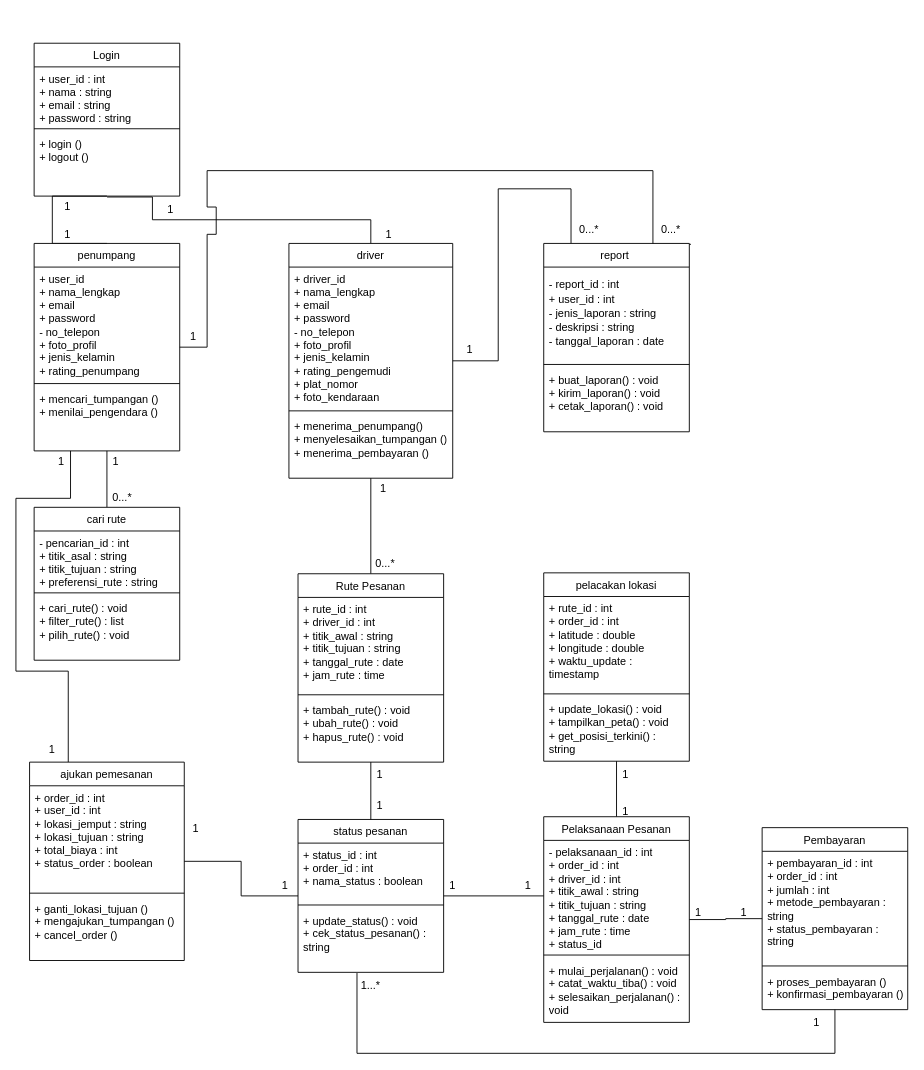
Earlier version of the draw.io diagram Class_Diagram_NebengKampus.drawio (habibalula/NebengKampus). Source tidied: cells renumbered, new cells numbered last; positions are measured from the earlier drawing's top-left corner, leaving out a move shared by most shapes. Both pictures are drawn from the tidied source at 91%, with x=0, y=0 at pixel (15, 43).
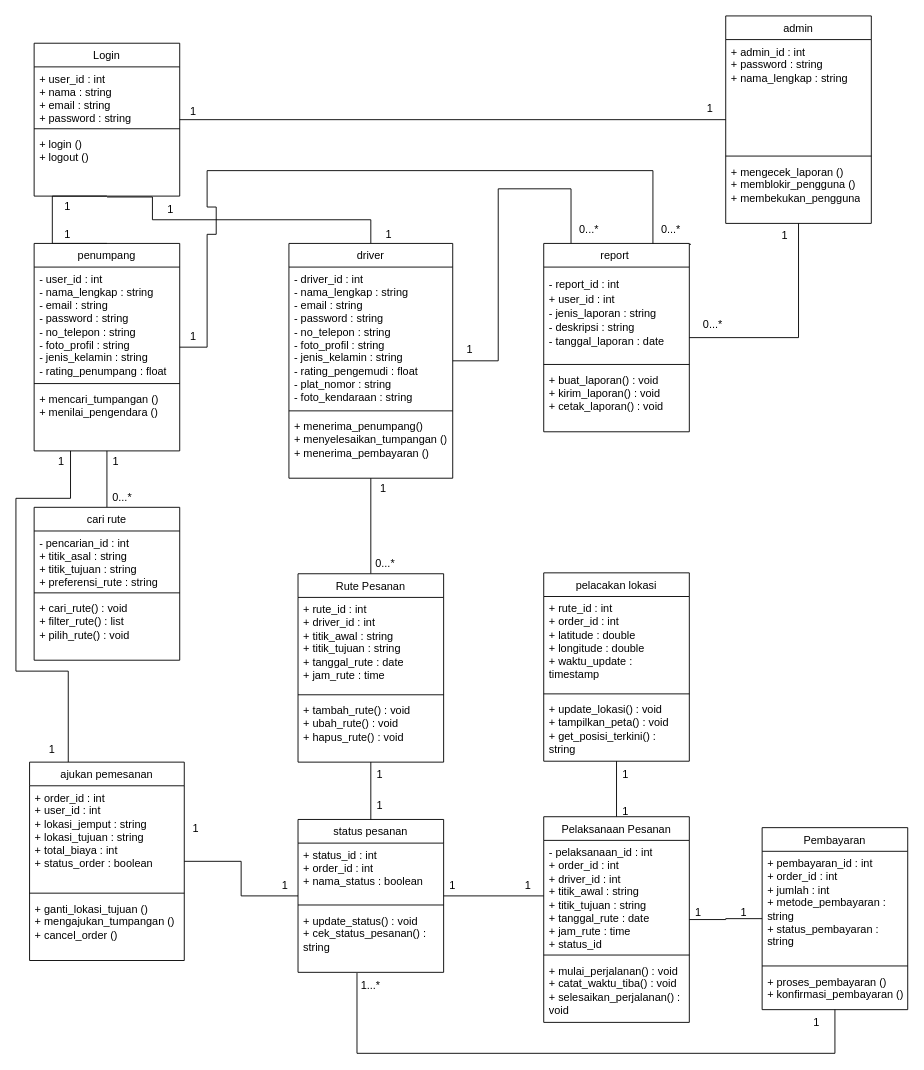
The same diagram, later.

The change refers to these unchanged cells:
```xml
<mxCell id="2" value="&lt;span style=&quot;font-weight: 400;&quot;&gt;Login&lt;/span&gt;" style="swimlane;fontStyle=1;align=center;verticalAlign=top;horizontal=1;startSize=26;whiteSpace=wrap;html=1;shadow=0;" parent="1" vertex="1">
  <mxGeometry x="20" width="160" height="168" as="geometry" />
</mxCell>
<mxCell id="10" value="&lt;span style=&quot;font-weight: 400;&quot;&gt;penumpang&lt;/span&gt;" style="swimlane;fontStyle=1;align=center;verticalAlign=top;horizontal=1;startSize=26;whiteSpace=wrap;html=1;" parent="1" vertex="1">
  <mxGeometry x="20" y="220" width="160" height="228" as="geometry" />
</mxCell>
<mxCell id="17" value="&lt;span style=&quot;font-weight: 400;&quot;&gt;driver&lt;/span&gt;" style="swimlane;fontStyle=1;align=center;verticalAlign=top;horizontal=1;startSize=26;whiteSpace=wrap;html=1;" parent="1" vertex="1">
  <mxGeometry x="300" y="220" width="180" height="258" as="geometry" />
</mxCell>
<mxCell id="39" value="&lt;div&gt;&lt;div&gt;&lt;span style=&quot;font-weight: 400;&quot;&gt;report&amp;nbsp;&lt;/span&gt;&lt;/div&gt;&lt;/div&gt;" style="swimlane;fontStyle=1;align=center;verticalAlign=top;horizontal=1;startSize=26;whiteSpace=wrap;html=1;shadow=0;" parent="1" vertex="1">
  <mxGeometry x="580" y="220" width="160" height="207" as="geometry" />
</mxCell>
```

Change to the diagram source:
```diff
@@
+    <mxCell id="85" style="edgeStyle=orthogonalEdgeStyle;rounded=0;jettySize=auto;html=1;exitX=1;exitY=0.5;exitDx=0;exitDy=0;entryX=0;entryY=0.5;entryDx=0;entryDy=0;endArrow=none;endFill=0;" parent="1" edge="1" source="2" target="87">
+      <mxGeometry relative="1" as="geometry" />
+    </mxCell>
@@
-    <mxCell id="11" value="+ user_id&lt;div&gt;+ nama_lengkap&lt;/div&gt;&lt;div&gt;&lt;span style=&quot;background-color: transparent; color: light-dark(rgb(0, 0, 0), rgb(255, 255, 255));&quot;&gt;+ email&lt;/span&gt;&lt;/div&gt;&lt;div&gt;&lt;div&gt;+ password&lt;/div&gt;&lt;div&gt;- no_telepon&lt;/div&gt;&lt;div&gt;+ foto_profil&lt;/div&gt;&lt;div&gt;+ jenis_kelamin&lt;/div&gt;&lt;div&gt;+ rating_penumpang&lt;/div&gt;&lt;/div&gt;" style="text;strokeColor=none;fillColor=none;align=left;verticalAlign=top;spacingLeft=4;spacingRight=4;overflow=hidden;whiteSpace=wrap;html=1;" parent="10" vertex="1">
+    <mxCell id="11" value="- user_id : int&amp;nbsp;&lt;div&gt;- nama_lengkap : string&amp;nbsp;&lt;/div&gt;&lt;div&gt;- email : string&amp;nbsp;&lt;/div&gt;&lt;div&gt;- password : string&amp;nbsp;&lt;/div&gt;&lt;div&gt;- no_telepon : string&amp;nbsp;&lt;/div&gt;&lt;div&gt;- foto_profil : string&amp;nbsp;&lt;/div&gt;&lt;div&gt;- jenis_kelamin : string&amp;nbsp;&lt;/div&gt;&lt;div&gt;- rating_penumpang : float&lt;/div&gt;" style="text;strokeColor=none;fillColor=none;align=left;verticalAlign=top;spacingLeft=4;spacingRight=4;overflow=hidden;whiteSpace=wrap;html=1;" parent="10" vertex="1">
       <mxGeometry y="26" width="160" height="124" as="geometry" />
     </mxCell>
@@
-    <mxCell id="18" value="&lt;div&gt;+ driver_id&lt;/div&gt;&lt;div&gt;+ nama_lengkap&lt;/div&gt;&lt;div&gt;+ email&lt;/div&gt;&lt;div&gt;+ password&lt;/div&gt;&lt;div&gt;- no_telepon&lt;/div&gt;&lt;div&gt;+ foto_profil&lt;/div&gt;&lt;div&gt;+ jenis_kelamin&lt;/div&gt;&lt;div&gt;+ rating_pengemudi&lt;/div&gt;&lt;div&gt;+ plat_nomor&lt;/div&gt;&lt;div&gt;+ foto_kendaraan&lt;/div&gt;" style="text;strokeColor=none;fillColor=none;align=left;verticalAlign=top;spacingLeft=4;spacingRight=4;overflow=hidden;whiteSpace=wrap;html=1;" parent="17" vertex="1">
+    <mxCell id="18" value="- driver_id : int&amp;nbsp;&lt;div&gt;- nama_lengkap : string&amp;nbsp;&lt;/div&gt;&lt;div&gt;- email : string&amp;nbsp;&lt;/div&gt;&lt;div&gt;- password : string&amp;nbsp;&lt;/div&gt;&lt;div&gt;- no_telepon : string&amp;nbsp;&lt;/div&gt;&lt;div&gt;- foto_profil : string&amp;nbsp;&lt;/div&gt;&lt;div&gt;- jenis_kelamin : string&lt;/div&gt;&lt;div&gt;- rating_pengemudi : float&amp;nbsp;&lt;/div&gt;&lt;div&gt;- plat_nomor : string&amp;nbsp;&lt;/div&gt;&lt;div&gt;- foto_kendaraan : string&lt;/div&gt;" style="text;strokeColor=none;fillColor=none;align=left;verticalAlign=top;spacingLeft=4;spacingRight=4;overflow=hidden;whiteSpace=wrap;html=1;" parent="17" vertex="1">
       <mxGeometry y="26" width="180" height="154" as="geometry" />
     </mxCell>
@@
+    <mxCell id="86" style="edgeStyle=orthogonalEdgeStyle;rounded=0;jettySize=auto;html=1;endArrow=none;endFill=0;entryX=0.5;entryY=1;entryDx=0;entryDy=0;" parent="1" edge="1" source="39" target="87">
+      <mxGeometry relative="1" as="geometry">
+        <Array as="points">
+          <mxPoint x="860" y="323.5" />
+        </Array>
+      </mxGeometry>
+    </mxCell>
@@
+    <mxCell id="87" value="&lt;span style=&quot;font-weight: 400;&quot;&gt;admin&lt;/span&gt;" style="swimlane;fontStyle=1;align=center;verticalAlign=top;horizontal=1;startSize=26;whiteSpace=wrap;html=1;" parent="1" vertex="1">
+      <mxGeometry x="780" y="-30" width="160" height="228" as="geometry" />
+    </mxCell>
+    <mxCell id="88" value="+ admin_id : int&lt;div&gt;&lt;div&gt;+ password : string&lt;/div&gt;&lt;div&gt;&lt;div&gt;+ nama_lengkap : string&lt;/div&gt;&lt;/div&gt;&lt;/div&gt;&lt;div&gt;&lt;br&gt;&lt;/div&gt;" style="text;strokeColor=none;fillColor=none;align=left;verticalAlign=top;spacingLeft=4;spacingRight=4;overflow=hidden;whiteSpace=wrap;html=1;" parent="87" vertex="1">
+      <mxGeometry y="26" width="160" height="124" as="geometry" />
+    </mxCell>
+    <mxCell id="89" style="line;strokeWidth=1;fillColor=none;align=left;verticalAlign=middle;spacingTop=-1;spacingLeft=3;spacingRight=3;labelPosition=right;strokeColor=inherit;" parent="87" vertex="1">
+      <mxGeometry y="150" width="160" height="8" as="geometry" />
+    </mxCell>
+    <mxCell id="90" value="+ mengecek_laporan ()&lt;div&gt;+ memblokir_pengguna ()&lt;/div&gt;&lt;div&gt;+ membekukan_pengguna&lt;/div&gt;" style="text;strokeColor=none;fillColor=none;align=left;verticalAlign=top;spacingLeft=4;spacingRight=4;overflow=hidden;whiteSpace=wrap;html=1;" parent="87" vertex="1">
+      <mxGeometry y="158" width="160" height="70" as="geometry" />
+    </mxCell>
+    <mxCell id="91" value="0...*" style="text;html=1;whiteSpace=wrap;strokeColor=none;fillColor=none;align=center;verticalAlign=middle;rounded=0;" parent="1" vertex="1">
+      <mxGeometry x="736" y="294" width="60" height="30" as="geometry" />
+    </mxCell>
+    <mxCell id="92" value="1" style="text;html=1;whiteSpace=wrap;strokeColor=none;fillColor=none;align=center;verticalAlign=middle;rounded=0;" parent="1" vertex="1">
+      <mxGeometry x="815" y="197" width="60" height="30" as="geometry" />
+    </mxCell>
+    <mxCell id="93" value="1" style="text;html=1;whiteSpace=wrap;strokeColor=none;fillColor=none;align=center;verticalAlign=middle;rounded=0;" parent="1" vertex="1">
+      <mxGeometry x="733" y="57" width="60" height="30" as="geometry" />
+    </mxCell>
+    <mxCell id="94" value="1" style="text;html=1;whiteSpace=wrap;strokeColor=none;fillColor=none;align=center;verticalAlign=middle;rounded=0;" parent="1" vertex="1">
+      <mxGeometry x="165" y="60" width="60" height="30" as="geometry" />
+    </mxCell>
```
